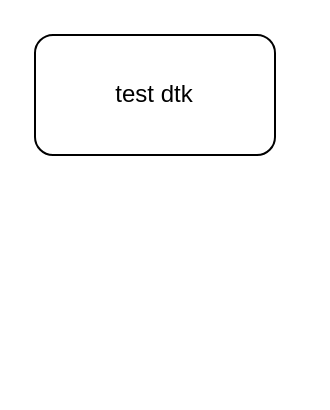
lilihaooo/mind-map keeps this draw.io diagram as 全貌.drawio. Above is the earlier version. Source tidied: cells renumbered, new cells numbered last; positions are measured from the earlier drawing's top-left corner, leaving out a move shared by most shapes. Both pictures are drawn from the tidied source at 200%, with x=0, y=0 at pixel (34, 34).
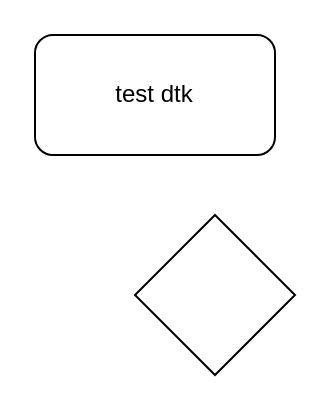
The same page after the edit.

Diff of the diagram source:
```diff
@@
 <mxGraphModel>
   <root>
     <mxCell id="0" />
     <mxCell id="1" parent="0" />
     <mxCell id="2" value="test dtk" style="rounded=1;whiteSpace=wrap;html=1;" parent="1" vertex="1">
       <mxGeometry width="120" height="60" as="geometry" />
     </mxCell>
+    <mxCell id="3" style="rhombus;whiteSpace=wrap;html=1;" parent="1" vertex="1">
+      <mxGeometry x="50" y="90" width="80" height="80" as="geometry" />
+    </mxCell>
   </root>
 </mxGraphModel>
```
